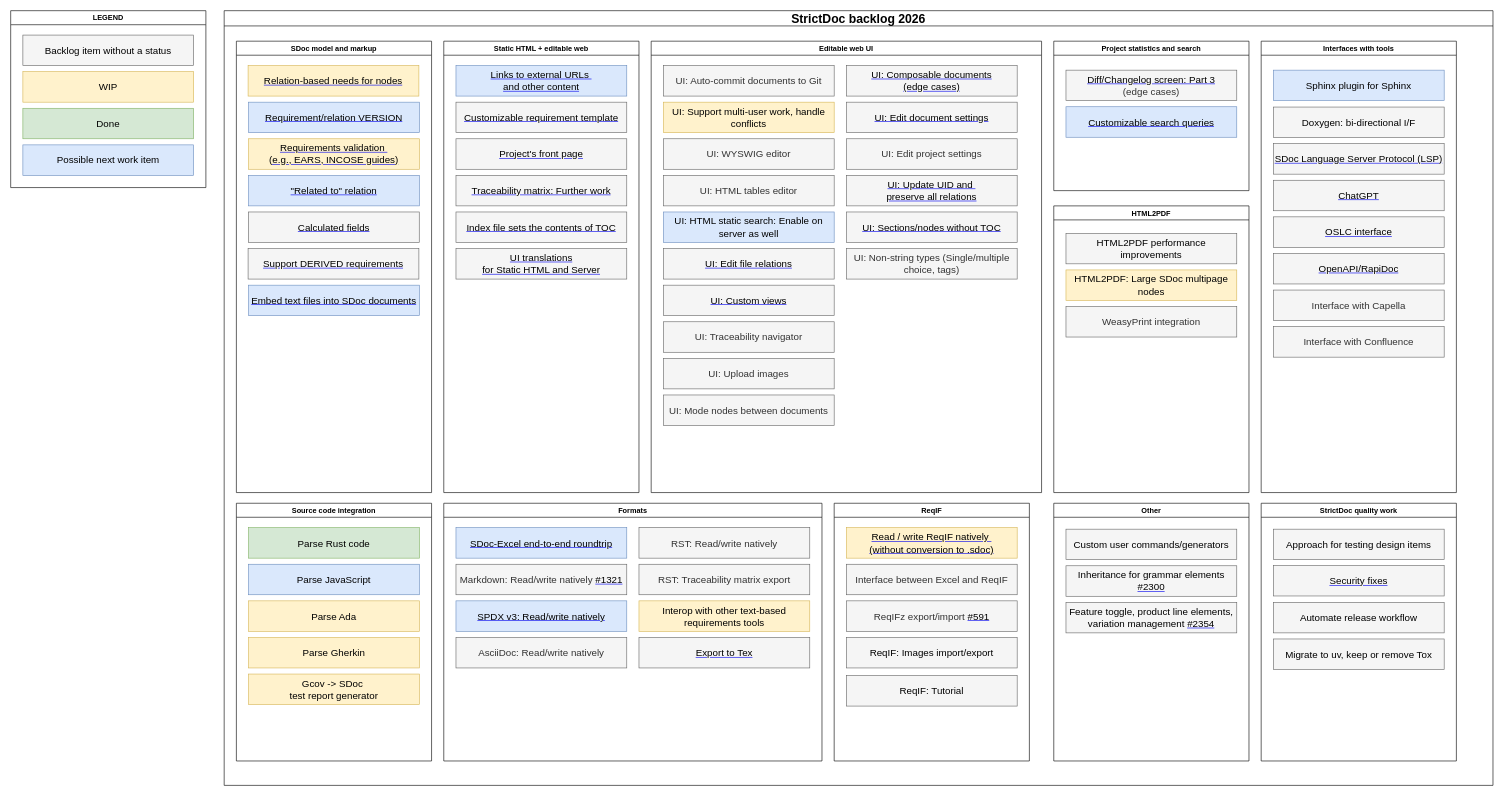
Above: page "Backlog — 2026" (1 of 2) of developer/drawio/Backlog.drawio in strictdoc-project/strictdoc (draw.io), before the change. Source tidied: cells renumbered, new cells numbered last; positions are measured from the earlier drawing's top-left corner, leaving out a move shared by most shapes. Both pictures are drawn from the tidied source at 61%, with x=0, y=0 at pixel (10, 10).
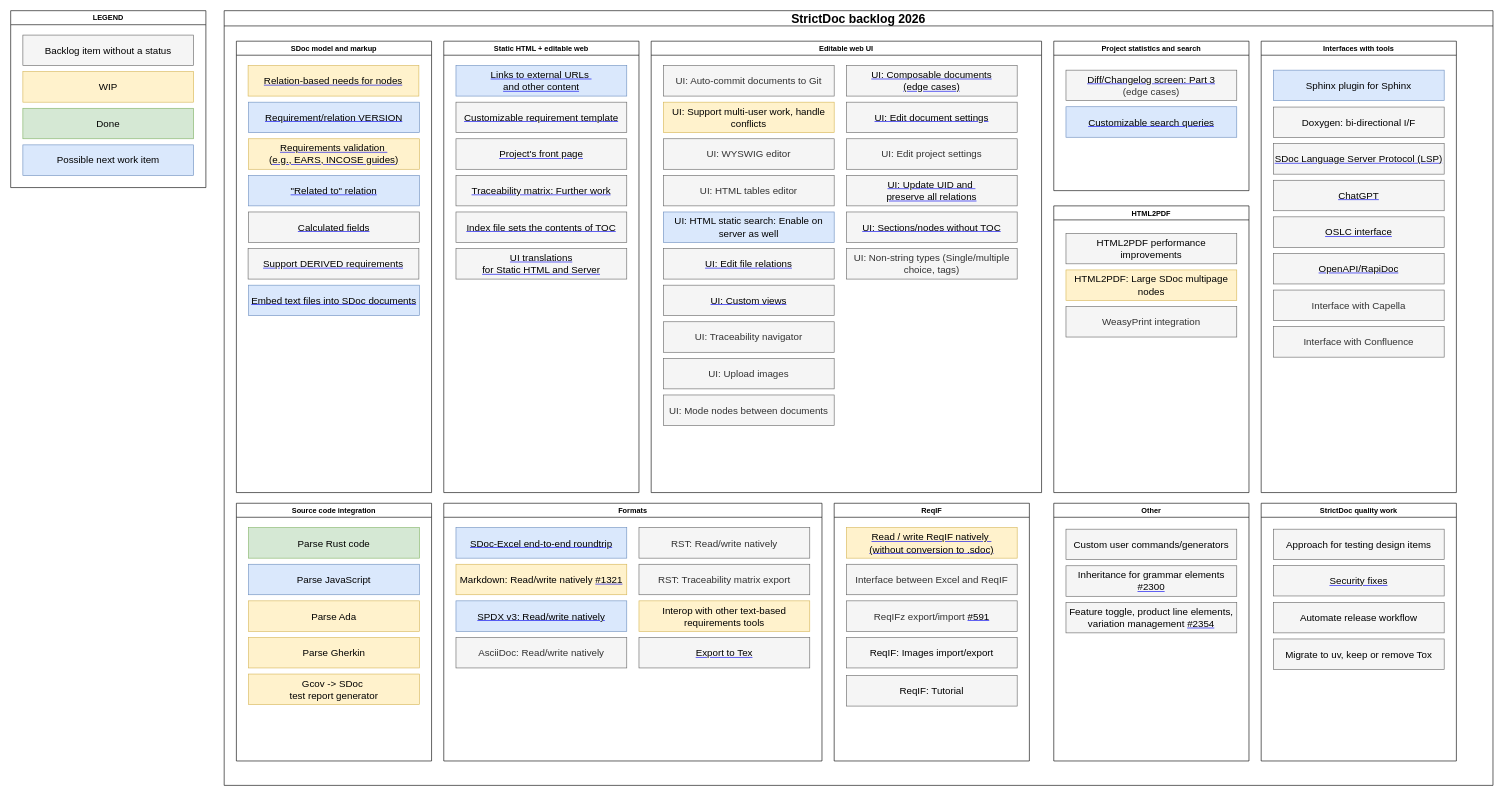
The same page after the edit.

The change refers to these unchanged cells:
```xml
<mxCell id="41" value="Formats" style="swimlane;" parent="2" vertex="1">
  <mxGeometry x="360" y="807.5" width="620" height="422.5" as="geometry" />
</mxCell>
```

What changed in the source:
```diff
@@
-    <mxCell id="43" value="Markdown: Read/write natively &lt;a href=&quot;https://github.com/strictdoc-project/strictdoc/issues/1321&quot;&gt;&lt;font style=&quot;color: rgb(0, 0, 0);&quot;&gt;#1321&lt;/font&gt;&lt;/a&gt;" style="text;html=1;strokeColor=#666666;fillColor=#f5f5f5;align=center;verticalAlign=middle;whiteSpace=wrap;rounded=0;fontStyle=0;fontSize=16;fontColor=#333333;" parent="41" vertex="1">
+    <mxCell id="43" value="Markdown: Read/write natively &lt;a href=&quot;https://github.com/strictdoc-project/strictdoc/issues/1321&quot;&gt;&lt;font style=&quot;color: rgb(0, 0, 0);&quot;&gt;#1321&lt;/font&gt;&lt;/a&gt;" style="text;html=1;strokeColor=#d6b656;fillColor=#fff2cc;align=center;verticalAlign=middle;whiteSpace=wrap;rounded=0;fontStyle=0;fontSize=16;" parent="41" vertex="1">
       <mxGeometry x="20" y="100" width="280" height="50" as="geometry" />
     </mxCell>
```
